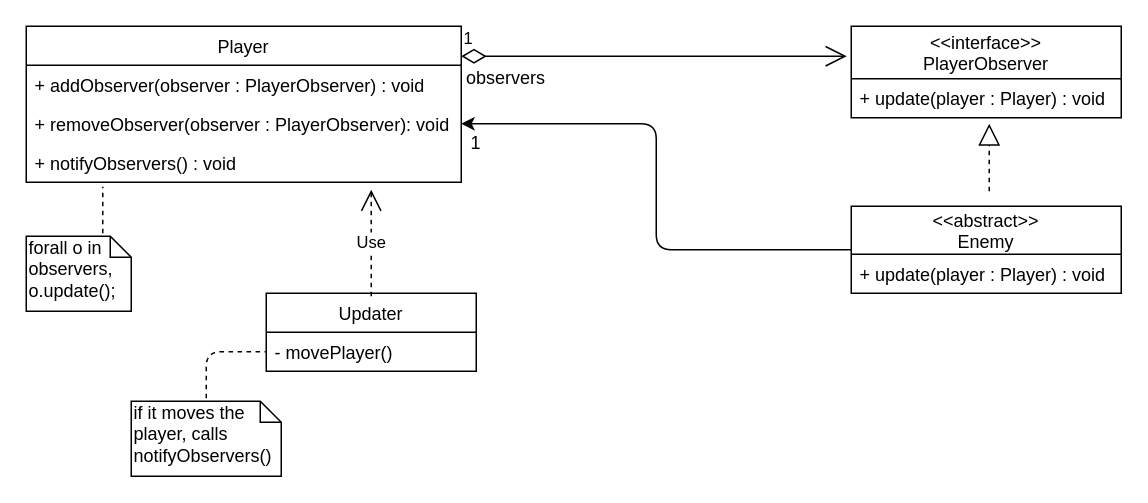
Above: docs/diagrams/UML_Observer_1/UML_Observer_1.drawio in DiogoF17/LPOO_18-19 (draw.io), before the change. Source tidied: cells renumbered, new cells numbered last; positions are measured from the earlier drawing's top-left corner, leaving out a move shared by most shapes. Both pictures are drawn from the tidied source at 150%, with x=0, y=0 at pixel (26, 26).
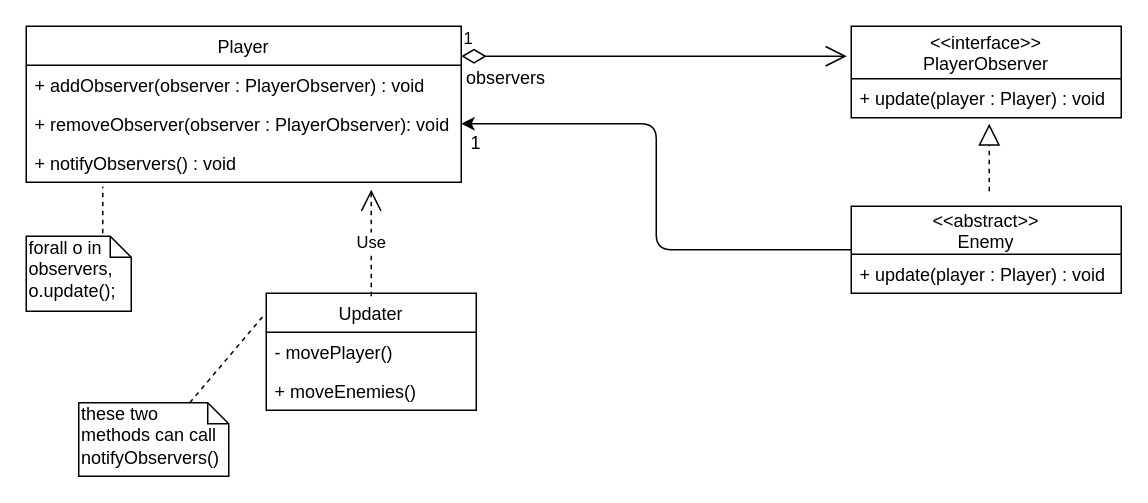
The same diagram, later.

Commit message (it also covers changes not shown here):
Changed observer diagram

Unchanged cells that the change refers to:
```xml
<mxCell id="19" value="- movePlayer()" style="text;strokeColor=none;fillColor=none;align=left;verticalAlign=top;spacingLeft=4;spacingRight=4;overflow=hidden;points=[[0,0.5],[1,0.5]];portConstraint=eastwest;" parent="18" vertex="1">
  <mxGeometry y="26" width="140" height="26" as="geometry" />
</mxCell>
```

Diff of the diagram source:
```diff
@@
+    <mxCell id="21" value="these two methods can call&lt;br&gt;notifyObservers()" style="shape=note;whiteSpace=wrap;html=1;size=14;verticalAlign=top;align=left;spacingTop=-6;" parent="1" vertex="1">
+      <mxGeometry x="35" y="251" width="100" height="49" as="geometry" />
+    </mxCell>
     <mxCell id="18" value="Updater" style="swimlane;fontStyle=0;horizontal=1;startSize=26;fillColor=none;" parent="1" vertex="1">
-      <mxGeometry x="160" y="178" width="140" height="52" as="geometry" />
+      <mxGeometry x="160" y="178" width="140" height="78" as="geometry" />
     </mxCell>
@@
-    <mxCell id="20" style="endArrow=none;dashed=1;html=1;entryX=0;entryY=0.5;entryDx=0;entryDy=0;" parent="1" edge="1" target="19">
-      <mxGeometry relative="1" as="geometry">
-        <mxPoint x="120" y="260" as="sourcePoint" />
-        <Array as="points">
-          <mxPoint x="120" y="217" />
-        </Array>
-      </mxGeometry>
-    </mxCell>
-    <mxCell id="21" value="if it moves the player, calls notifyObservers()" style="shape=note;whiteSpace=wrap;html=1;size=14;verticalAlign=top;align=left;spacingTop=-6;" parent="1" vertex="1">
-      <mxGeometry x="70" y="250" width="100" height="50" as="geometry" />
-    </mxCell>
+    <mxCell id="22" value="+ moveEnemies()" style="text;strokeColor=none;fillColor=none;align=left;verticalAlign=top;spacingLeft=4;spacingRight=4;overflow=hidden;" parent="18" vertex="1">
+      <mxGeometry y="52" width="140" height="26" as="geometry" />
+    </mxCell>
+    <mxCell id="23" style="endArrow=none;dashed=1;html=1;entryX=-0.007;entryY=0.179;entryDx=0;entryDy=0;entryPerimeter=0;" parent="1" edge="1" target="18">
+      <mxGeometry relative="1" as="geometry">
+        <mxPoint x="109" y="251" as="sourcePoint" />
+      </mxGeometry>
+    </mxCell>
```
